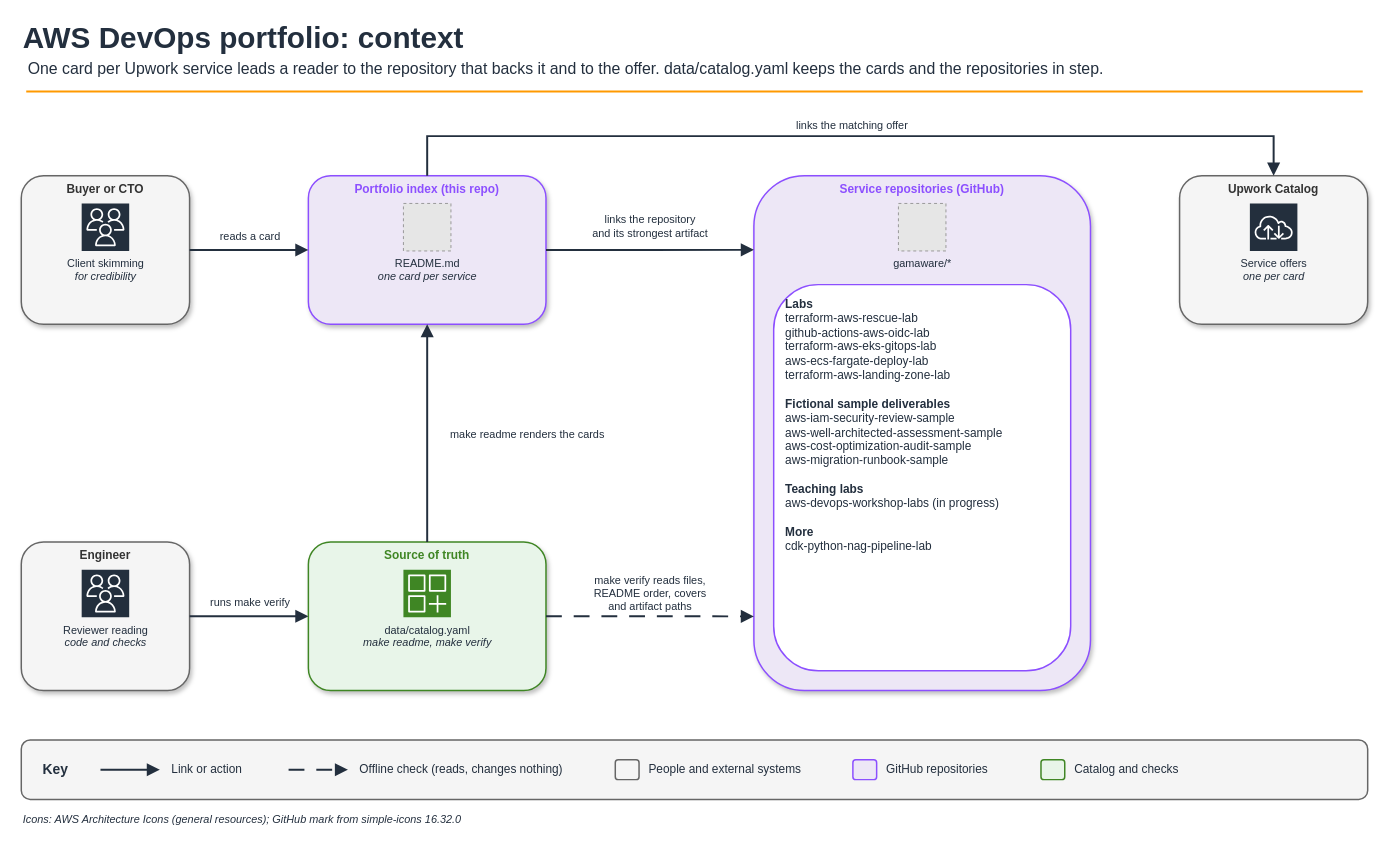
The draw.io diagram docs/diagrams/portfolio-context.drawio in gamaware/aws-devops-portfolio, before the edit. Source tidied: cells renumbered, new cells numbered last; positions are measured from the earlier drawing's top-left corner, leaving out a move shared by most shapes. Both pictures are drawn from the tidied source at 99%, with x=0, y=0 at pixel (21, 17). Pictures stored in the file or linked from it are replaced by grey dashed boxes.
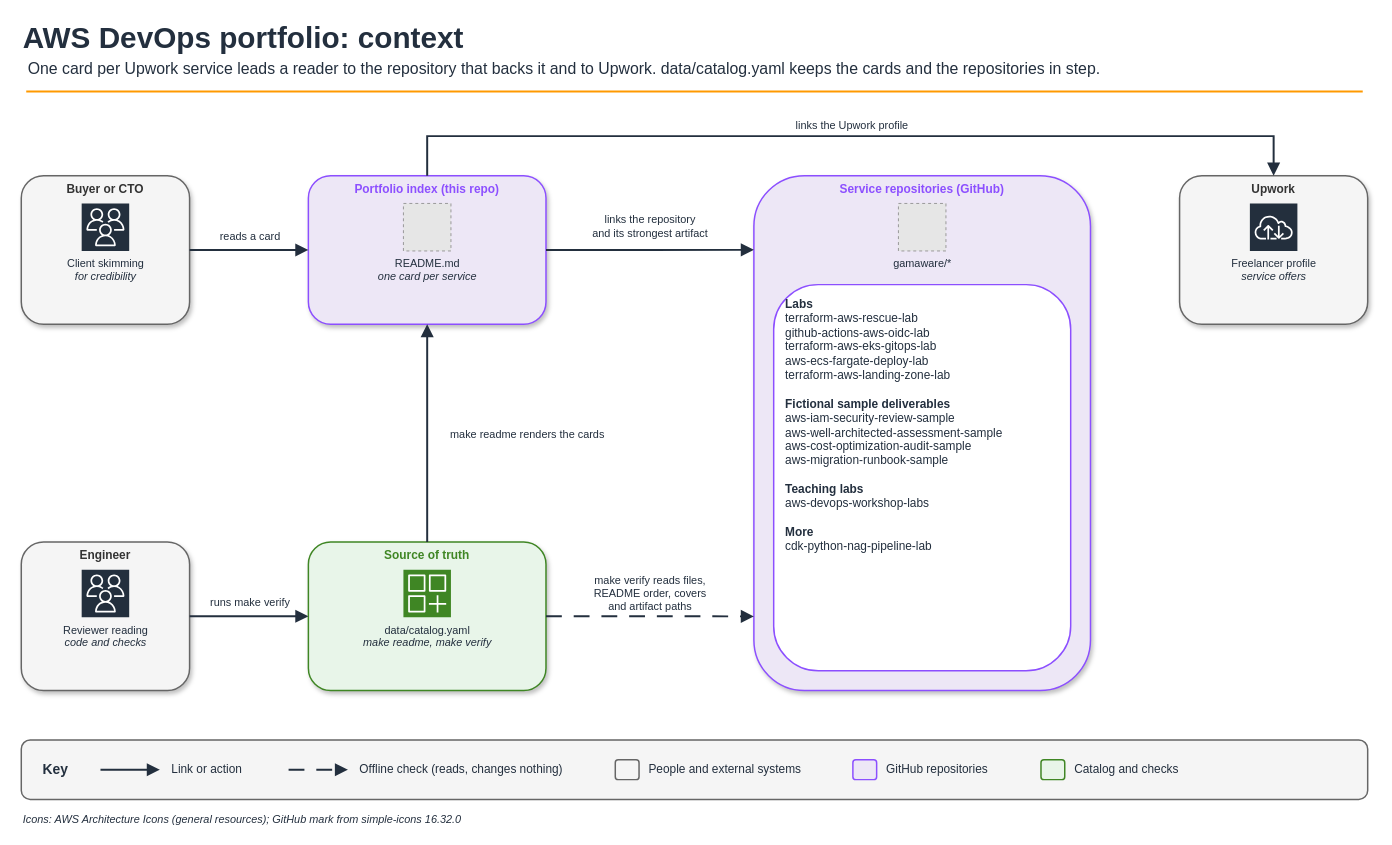
After the change.

Commit message (it also covers changes not shown here):
docs: drop stale workshop status and link Upwork profile in context diagram

Unchanged cells that the change refers to:
```xml
<mxCell id="2" style="group;fontFamily=Helvetica;" parent="1" vertex="1">
  <mxGeometry width="1360" height="83" as="geometry" />
</mxCell>
<mxCell id="14" value="Service repositories (GitHub)" style="fillColor=#EDE7F6;strokeColor=#8C4FFF;rounded=1;whiteSpace=wrap;html=1;verticalAlign=top;fontStyle=1;fontSize=12;fontColor=#8C4FFF;shadow=1;strokeWidth=1.5;fontFamily=Helvetica;" parent="1" vertex="1">
  <mxGeometry x="740" y="160" width="340" height="520" as="geometry" />
</mxCell>
<mxCell id="23" style="edgeStyle=orthogonalEdgeStyle;rounded=0;jettySize=auto;html=1;strokeWidth=2;strokeColor=light-dark(#232F3E,#E6E6E6);endArrow=block;endFill=1;endSize=8;exitX=0.5;exitY=0;exitDx=0;exitDy=0;entryX=0.5;entryY=0;entryDx=0;entryDy=0;fontFamily=Helvetica;" parent="1" edge="1" source="10" target="17">
  <mxGeometry relative="1" as="geometry">
    <Array as="points">
      <mxPoint x="410" y="120" />
      <mxPoint x="1265" y="120" />
    </Array>
  </mxGeometry>
</mxCell>
```

What changed in the source:
```diff
@@
-    <mxCell id="4" value="One card per Upwork service leads a reader to the repository that backs it and to the offer. data/catalog.yaml keeps the cards and the repositories in step." style="text;html=1;align=left;verticalAlign=top;spacingTop=-4;fontSize=16;fontFamily=Helvetica;fontColor=light-dark(#232F3E,#E6E6E6);" parent="2" vertex="1">
+    <mxCell id="4" value="One card per Upwork service leads a reader to the repository that backs it and to Upwork. data/catalog.yaml keeps the cards and the repositories in step." style="text;html=1;align=left;verticalAlign=top;spacingTop=-4;fontSize=16;fontFamily=Helvetica;fontColor=light-dark(#232F3E,#E6E6E6);" parent="2" vertex="1">
       <mxGeometry x="5" y="40" width="1350" height="25" as="geometry" />
     </mxCell>
@@
-    <mxCell id="16" value="&lt;b&gt;Labs&lt;/b&gt;&lt;br&gt;terraform-aws-rescue-lab&lt;br&gt;github-actions-aws-oidc-lab&lt;br&gt;terraform-aws-eks-gitops-lab&lt;br&gt;aws-ecs-fargate-deploy-lab&lt;br&gt;terraform-aws-landing-zone-lab&lt;br&gt;&lt;br&gt;&lt;b&gt;Fictional sample deliverables&lt;/b&gt;&lt;br&gt;aws-iam-security-review-sample&lt;br&gt;aws-well-architected-assessment-sample&lt;br&gt;aws-cost-optimization-audit-sample&lt;br&gt;aws-migration-runbook-sample&lt;br&gt;&lt;br&gt;&lt;b&gt;Teaching labs&lt;/b&gt;&lt;br&gt;aws-devops-workshop-labs (in progress)&lt;br&gt;&lt;br&gt;&lt;b&gt;More&lt;/b&gt;&lt;br&gt;cdk-python-nag-pipeline-lab" style="rounded=1;whiteSpace=wrap;html=1;align=left;verticalAlign=top;spacingLeft=10;spacingRight=10;spacingTop=6;fontSize=12;fontStyle=0;fillColor=light-dark(#FFFFFF,#1E2A33);strokeColor=#8C4FFF;strokeWidth=1.5;fontColor=light-dark(#232F3E,#E6E6E6);fontFamily=Helvetica;" parent="14" vertex="1">
+    <mxCell id="16" value="&lt;b&gt;Labs&lt;/b&gt;&lt;br&gt;terraform-aws-rescue-lab&lt;br&gt;github-actions-aws-oidc-lab&lt;br&gt;terraform-aws-eks-gitops-lab&lt;br&gt;aws-ecs-fargate-deploy-lab&lt;br&gt;terraform-aws-landing-zone-lab&lt;br&gt;&lt;br&gt;&lt;b&gt;Fictional sample deliverables&lt;/b&gt;&lt;br&gt;aws-iam-security-review-sample&lt;br&gt;aws-well-architected-assessment-sample&lt;br&gt;aws-cost-optimization-audit-sample&lt;br&gt;aws-migration-runbook-sample&lt;br&gt;&lt;br&gt;&lt;b&gt;Teaching labs&lt;/b&gt;&lt;br&gt;aws-devops-workshop-labs&lt;br&gt;&lt;br&gt;&lt;b&gt;More&lt;/b&gt;&lt;br&gt;cdk-python-nag-pipeline-lab" style="rounded=1;whiteSpace=wrap;html=1;align=left;verticalAlign=top;spacingLeft=10;spacingRight=10;spacingTop=6;fontSize=12;fontStyle=0;fillColor=light-dark(#FFFFFF,#1E2A33);strokeColor=#8C4FFF;strokeWidth=1.5;fontColor=light-dark(#232F3E,#E6E6E6);fontFamily=Helvetica;" parent="14" vertex="1">
       <mxGeometry x="20" y="110" width="300" height="390" as="geometry" />
     </mxCell>
-    <mxCell id="17" value="Upwork Catalog" style="fillColor=#f5f5f5;strokeColor=light-dark(#666666,#D4D4D4);rounded=1;whiteSpace=wrap;html=1;verticalAlign=top;fontStyle=1;fontSize=12;fontColor=#333333;shadow=1;strokeWidth=1.5;fontFamily=Helvetica;" parent="1" vertex="1">
+    <mxCell id="17" value="Upwork" style="fillColor=#f5f5f5;strokeColor=light-dark(#666666,#D4D4D4);rounded=1;whiteSpace=wrap;html=1;verticalAlign=top;fontStyle=1;fontSize=12;fontColor=#333333;shadow=1;strokeWidth=1.5;fontFamily=Helvetica;" parent="1" vertex="1">
       <mxGeometry x="1170" y="160" width="190" height="150" as="geometry" />
     </mxCell>
-    <mxCell id="18" value="Service offers&lt;br&gt;&lt;i&gt;one per card&lt;/i&gt;" style="sketch=0;fontColor=#232F3E;fillColor=#232F3D;strokeColor=#ffffff;dashed=0;verticalLabelPosition=bottom;verticalAlign=top;align=center;html=1;fontSize=11;fontStyle=0;shape=mxgraph.aws4.resourceIcon;resIcon=mxgraph.aws4.internet;fontFamily=Helvetica;" parent="17" vertex="1">
+    <mxCell id="18" value="Freelancer profile&lt;br&gt;&lt;i&gt;service offers&lt;/i&gt;" style="sketch=0;fontColor=#232F3E;fillColor=#232F3D;strokeColor=#ffffff;dashed=0;verticalLabelPosition=bottom;verticalAlign=top;align=center;html=1;fontSize=11;fontStyle=0;shape=mxgraph.aws4.resourceIcon;resIcon=mxgraph.aws4.internet;fontFamily=Helvetica;" parent="17" vertex="1">
       <mxGeometry x="71" y="28" width="48" height="48" as="geometry" />
     </mxCell>
@@
-    <mxCell id="24" value="links the matching offer" style="edgeLabel;html=1;align=center;verticalAlign=middle;labelBackgroundColor=none;fontSize=11;fontColor=light-dark(#232F3E,#E6E6E6);fontFamily=Helvetica;" parent="23" vertex="1">
+    <mxCell id="24" value="links the Upwork profile" style="edgeLabel;html=1;align=center;verticalAlign=middle;labelBackgroundColor=none;fontSize=11;fontColor=light-dark(#232F3E,#E6E6E6);fontFamily=Helvetica;" parent="23" vertex="1">
       <mxGeometry relative="1" as="geometry">
         <mxPoint y="-12" as="offset" />
       </mxGeometry>
     </mxCell>
```
